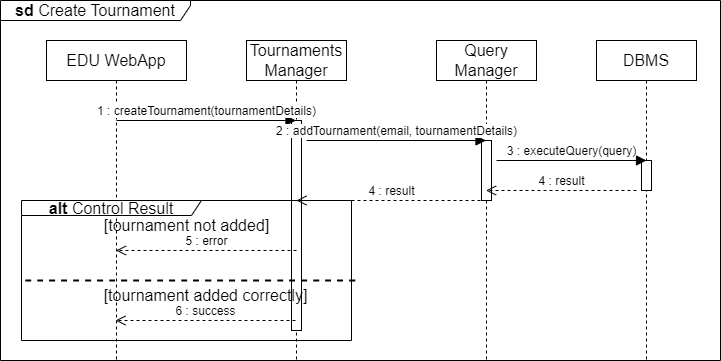
pontig/sw-eng-2-PasiniPontiggiaStasi keeps this draw.io diagram as DD/images/runtimeviews/RuntimeView_CreateTournament.png. Above is the earlier version. Source tidied: cells renumbered, new cells last; positions are measured from the earlier drawing's top-left corner, leaving out a move shared by most shapes. Source of this version:
```xml
<mxGraphModel>
  <root>
    <mxCell id="0" />
    <mxCell id="1" parent="0" />
    <mxCell id="2" value="&lt;b&gt;sd &lt;/b&gt;Create Tournament" style="shape=umlFrame;whiteSpace=wrap;html=1;fontSize=16;width=190;height=20;" parent="1" vertex="1">
      <mxGeometry width="720" height="360" as="geometry" />
    </mxCell>
    <mxCell id="3" value="EDU WebApp" style="shape=umlLifeline;perimeter=lifelinePerimeter;whiteSpace=wrap;html=1;outlineConnect=0;portConstraint=eastwest;newEdgeStyle={&quot;curved&quot;:0,&quot;rounded&quot;:0};fontSize=16;" parent="1" vertex="1">
      <mxGeometry x="46" y="40" width="140" height="320" as="geometry" />
    </mxCell>
    <mxCell id="4" value="Tournaments Manager" style="shape=umlLifeline;perimeter=lifelinePerimeter;whiteSpace=wrap;html=1;outlineConnect=0;portConstraint=eastwest;newEdgeStyle={&quot;curved&quot;:0,&quot;rounded&quot;:0};fontSize=16;" parent="1" vertex="1">
      <mxGeometry x="246" y="40" width="100" height="320" as="geometry" />
    </mxCell>
    <mxCell id="5" style="html=1;points=[[0,0,0,0,5],[0,1,0,0,-5],[1,0,0,0,5],[1,1,0,0,-5]];perimeter=orthogonalPerimeter;outlineConnect=0;targetShapes=umlLifeline;portConstraint=eastwest;newEdgeStyle={&quot;curved&quot;:0,&quot;rounded&quot;:0};fontSize=16;" parent="4" vertex="1">
      <mxGeometry x="45" y="80" width="10" height="210" as="geometry" />
    </mxCell>
    <mxCell id="6" value="Query Manager" style="shape=umlLifeline;perimeter=lifelinePerimeter;whiteSpace=wrap;html=1;outlineConnect=0;portConstraint=eastwest;newEdgeStyle={&quot;curved&quot;:0,&quot;rounded&quot;:0};fontSize=16;" parent="1" vertex="1">
      <mxGeometry x="436" y="40" width="100" height="320" as="geometry" />
    </mxCell>
    <mxCell id="7" style="html=1;perimeter=orthogonalPerimeter;targetShapes=umlLifeline;newEdgeStyle={&quot;curved&quot;:0,&quot;rounded&quot;:0};fontSize=16;" parent="6" vertex="1">
      <mxGeometry x="45" y="100" width="10" height="60" as="geometry" />
    </mxCell>
    <mxCell id="8" value="DBMS" style="shape=umlLifeline;perimeter=lifelinePerimeter;whiteSpace=wrap;html=1;outlineConnect=0;portConstraint=eastwest;newEdgeStyle={&quot;curved&quot;:0,&quot;rounded&quot;:0};fontSize=16;" parent="1" vertex="1">
      <mxGeometry x="596" y="40" width="100" height="320" as="geometry" />
    </mxCell>
    <mxCell id="9" style="html=1;perimeter=orthogonalPerimeter;targetShapes=umlLifeline;newEdgeStyle={&quot;curved&quot;:0,&quot;rounded&quot;:0};fontSize=16;" parent="8" vertex="1">
      <mxGeometry x="45" y="120" width="10" height="30" as="geometry" />
    </mxCell>
    <mxCell id="10" value="1 : createTournament(tournamentDetails)" style="html=1;verticalAlign=bottom;endArrow=block;curved=0;rounded=0;fontSize=12;startSize=8;endSize=8;" parent="1" edge="1" target="4">
      <mxGeometry relative="1" as="geometry">
        <mxPoint x="116" y="120" as="sourcePoint" />
      </mxGeometry>
    </mxCell>
    <mxCell id="11" value="2 : addTournament(email, tournamentDetails)" style="html=1;verticalAlign=bottom;endArrow=block;curved=0;rounded=0;fontSize=12;startSize=8;endSize=8;" parent="1" edge="1" target="6">
      <mxGeometry relative="1" as="geometry">
        <mxPoint x="306" y="140" as="sourcePoint" />
      </mxGeometry>
    </mxCell>
    <mxCell id="12" value="3 : executeQuery(query)" style="html=1;verticalAlign=bottom;endArrow=block;curved=0;rounded=0;fontSize=12;startSize=8;endSize=8;" parent="1" edge="1">
      <mxGeometry relative="1" as="geometry">
        <mxPoint x="496" y="160" as="sourcePoint" />
        <mxPoint x="646" y="160" as="targetPoint" />
      </mxGeometry>
    </mxCell>
    <mxCell id="13" value="4 : result" style="html=1;verticalAlign=bottom;endArrow=open;dashed=1;endSize=8;curved=0;rounded=0;fontSize=12;" parent="1" edge="1">
      <mxGeometry relative="1" as="geometry">
        <mxPoint x="636" y="190" as="sourcePoint" />
        <mxPoint x="485.5" y="190" as="targetPoint" />
      </mxGeometry>
    </mxCell>
    <mxCell id="14" value="4 : result" style="html=1;verticalAlign=bottom;endArrow=open;dashed=1;endSize=8;curved=0;rounded=0;fontSize=12;" parent="1" edge="1">
      <mxGeometry relative="1" as="geometry">
        <mxPoint x="486" y="200" as="sourcePoint" />
        <mxPoint x="296" y="200" as="targetPoint" />
      </mxGeometry>
    </mxCell>
    <mxCell id="15" value="&lt;b&gt;alt &lt;/b&gt;Control Result" style="shape=umlFrame;whiteSpace=wrap;html=1;fontSize=16;width=180;height=15;" parent="1" vertex="1">
      <mxGeometry x="21" y="200" width="330" height="140" as="geometry" />
    </mxCell>
    <mxCell id="16" value="[tournament not added]" style="text;html=1;align=center;verticalAlign=middle;strokeColor=none;fillColor=none;fontSize=16;" parent="1" vertex="1">
      <mxGeometry x="91" y="210" width="190" height="30" as="geometry" />
    </mxCell>
    <mxCell id="17" value="5 : error" style="html=1;verticalAlign=bottom;endArrow=open;dashed=1;endSize=8;curved=0;rounded=0;fontSize=12;" parent="1" edge="1" target="3">
      <mxGeometry relative="1" as="geometry">
        <mxPoint x="296" y="250" as="sourcePoint" />
      </mxGeometry>
    </mxCell>
    <mxCell id="18" style="endArrow=none;dashed=1;html=1;rounded=0;fontSize=12;startSize=8;endSize=8;curved=1;strokeWidth=2;" parent="1" edge="1">
      <mxGeometry relative="1" as="geometry">
        <mxPoint x="24.8" y="280" as="sourcePoint" />
        <mxPoint x="356" y="280" as="targetPoint" />
      </mxGeometry>
    </mxCell>
    <mxCell id="19" value="[tournament added correctly]" style="text;html=1;align=center;verticalAlign=middle;strokeColor=none;fillColor=none;fontSize=16;" parent="1" vertex="1">
      <mxGeometry x="90" y="280" width="230" height="30" as="geometry" />
    </mxCell>
    <mxCell id="20" value="6 : success" style="html=1;verticalAlign=bottom;endArrow=open;dashed=1;endSize=8;curved=0;rounded=0;fontSize=12;" parent="1" edge="1">
      <mxGeometry relative="1" as="geometry">
        <mxPoint x="295" y="320" as="sourcePoint" />
        <mxPoint x="115" y="320" as="targetPoint" />
      </mxGeometry>
    </mxCell>
  </root>
</mxGraphModel>
```
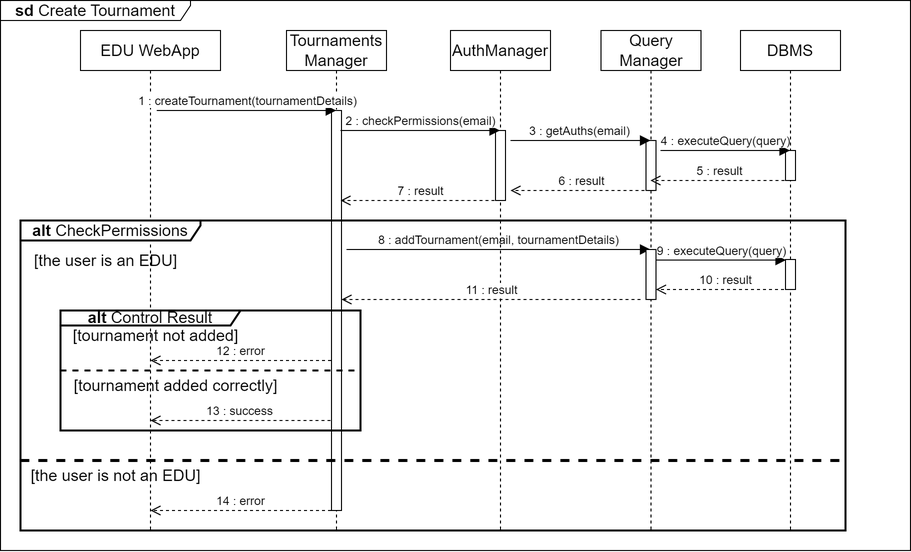
The same file after the commit.

Commit message:
fixed runtime views with right components

The edit, as a diff of the source:
```diff
@@ -3,82 +3,149 @@
     <mxCell id="0" />
     <mxCell id="1" parent="0" />
     <mxCell id="2" value="&lt;b&gt;sd &lt;/b&gt;Create Tournament" style="shape=umlFrame;whiteSpace=wrap;html=1;fontSize=16;width=190;height=20;" parent="1" vertex="1">
-      <mxGeometry width="720" height="360" as="geometry" />
+      <mxGeometry x="-10" y="-220" width="910" height="550" as="geometry" />
     </mxCell>
     <mxCell id="3" value="EDU WebApp" style="shape=umlLifeline;perimeter=lifelinePerimeter;whiteSpace=wrap;html=1;outlineConnect=0;portConstraint=eastwest;newEdgeStyle={&quot;curved&quot;:0,&quot;rounded&quot;:0};fontSize=16;" parent="1" vertex="1">
-      <mxGeometry x="46" y="40" width="140" height="320" as="geometry" />
+      <mxGeometry x="70" y="-190" width="140" height="500" as="geometry" />
     </mxCell>
     <mxCell id="4" value="Tournaments Manager" style="shape=umlLifeline;perimeter=lifelinePerimeter;whiteSpace=wrap;html=1;outlineConnect=0;portConstraint=eastwest;newEdgeStyle={&quot;curved&quot;:0,&quot;rounded&quot;:0};fontSize=16;" parent="1" vertex="1">
-      <mxGeometry x="246" y="40" width="100" height="320" as="geometry" />
+      <mxGeometry x="276" y="-190" width="100" height="500" as="geometry" />
     </mxCell>
     <mxCell id="5" style="html=1;points=[[0,0,0,0,5],[0,1,0,0,-5],[1,0,0,0,5],[1,1,0,0,-5]];perimeter=orthogonalPerimeter;outlineConnect=0;targetShapes=umlLifeline;portConstraint=eastwest;newEdgeStyle={&quot;curved&quot;:0,&quot;rounded&quot;:0};fontSize=16;" parent="4" vertex="1">
-      <mxGeometry x="45" y="80" width="10" height="210" as="geometry" />
+      <mxGeometry x="45" y="80" width="10" height="400" as="geometry" />
     </mxCell>
     <mxCell id="6" value="Query Manager" style="shape=umlLifeline;perimeter=lifelinePerimeter;whiteSpace=wrap;html=1;outlineConnect=0;portConstraint=eastwest;newEdgeStyle={&quot;curved&quot;:0,&quot;rounded&quot;:0};fontSize=16;" parent="1" vertex="1">
-      <mxGeometry x="436" y="40" width="100" height="320" as="geometry" />
+      <mxGeometry x="590.5" y="-190" width="100" height="500" as="geometry" />
     </mxCell>
     <mxCell id="7" style="html=1;perimeter=orthogonalPerimeter;targetShapes=umlLifeline;newEdgeStyle={&quot;curved&quot;:0,&quot;rounded&quot;:0};fontSize=16;" parent="6" vertex="1">
-      <mxGeometry x="45" y="100" width="10" height="60" as="geometry" />
+      <mxGeometry x="45" y="110" width="10" height="50" as="geometry" />
     </mxCell>
     <mxCell id="8" value="DBMS" style="shape=umlLifeline;perimeter=lifelinePerimeter;whiteSpace=wrap;html=1;outlineConnect=0;portConstraint=eastwest;newEdgeStyle={&quot;curved&quot;:0,&quot;rounded&quot;:0};fontSize=16;" parent="1" vertex="1">
-      <mxGeometry x="596" y="40" width="100" height="320" as="geometry" />
+      <mxGeometry x="730" y="-190" width="100" height="500" as="geometry" />
     </mxCell>
     <mxCell id="9" style="html=1;perimeter=orthogonalPerimeter;targetShapes=umlLifeline;newEdgeStyle={&quot;curved&quot;:0,&quot;rounded&quot;:0};fontSize=16;" parent="8" vertex="1">
       <mxGeometry x="45" y="120" width="10" height="30" as="geometry" />
     </mxCell>
-    <mxCell id="10" value="1 : createTournament(tournamentDetails)" style="html=1;verticalAlign=bottom;endArrow=block;curved=0;rounded=0;fontSize=12;startSize=8;endSize=8;" parent="1" edge="1" target="4">
-      <mxGeometry relative="1" as="geometry">
-        <mxPoint x="116" y="120" as="sourcePoint" />
+    <mxCell id="10" value="1 : createTournament(tournamentDetails)" style="html=1;verticalAlign=bottom;endArrow=block;curved=0;rounded=0;fontSize=12;startSize=8;endSize=8;" parent="1" edge="1">
+      <mxGeometry x="0.01" relative="1" as="geometry">
+        <mxPoint x="146.2" y="-110" as="sourcePoint" />
+        <mxPoint x="325.7" y="-110" as="targetPoint" />
       </mxGeometry>
     </mxCell>
-    <mxCell id="11" value="2 : addTournament(email, tournamentDetails)" style="html=1;verticalAlign=bottom;endArrow=block;curved=0;rounded=0;fontSize=12;startSize=8;endSize=8;" parent="1" edge="1" target="6">
+    <mxCell id="11" value="8 : addTournament(email, tournamentDetails)" style="html=1;verticalAlign=bottom;endArrow=block;curved=0;rounded=0;fontSize=12;startSize=8;endSize=8;" parent="1" edge="1" target="6">
       <mxGeometry relative="1" as="geometry">
-        <mxPoint x="306" y="140" as="sourcePoint" />
+        <mxPoint x="336" y="29" as="sourcePoint" />
       </mxGeometry>
     </mxCell>
-    <mxCell id="12" value="3 : executeQuery(query)" style="html=1;verticalAlign=bottom;endArrow=block;curved=0;rounded=0;fontSize=12;startSize=8;endSize=8;" parent="1" edge="1">
-      <mxGeometry relative="1" as="geometry">
-        <mxPoint x="496" y="160" as="sourcePoint" />
-        <mxPoint x="646" y="160" as="targetPoint" />
-      </mxGeometry>
-    </mxCell>
-    <mxCell id="13" value="4 : result" style="html=1;verticalAlign=bottom;endArrow=open;dashed=1;endSize=8;curved=0;rounded=0;fontSize=12;" parent="1" edge="1">
-      <mxGeometry relative="1" as="geometry">
-        <mxPoint x="636" y="190" as="sourcePoint" />
-        <mxPoint x="485.5" y="190" as="targetPoint" />
-      </mxGeometry>
-    </mxCell>
-    <mxCell id="14" value="4 : result" style="html=1;verticalAlign=bottom;endArrow=open;dashed=1;endSize=8;curved=0;rounded=0;fontSize=12;" parent="1" edge="1">
+    <mxCell id="14" value="7 : result" style="html=1;verticalAlign=bottom;endArrow=open;dashed=1;endSize=8;curved=0;rounded=0;fontSize=12;" parent="1" edge="1">
       <mxGeometry relative="1" as="geometry">
-        <mxPoint x="486" y="200" as="sourcePoint" />
-        <mxPoint x="296" y="200" as="targetPoint" />
+        <mxPoint x="490" y="-20" as="sourcePoint" />
+        <mxPoint x="330" y="-20" as="targetPoint" />
       </mxGeometry>
     </mxCell>
-    <mxCell id="15" value="&lt;b&gt;alt &lt;/b&gt;Control Result" style="shape=umlFrame;whiteSpace=wrap;html=1;fontSize=16;width=180;height=15;" parent="1" vertex="1">
-      <mxGeometry x="21" y="200" width="330" height="140" as="geometry" />
+    <mxCell id="15" value="&lt;b&gt;alt &lt;/b&gt;Control Result" style="shape=umlFrame;whiteSpace=wrap;html=1;fontSize=16;width=180;height=15;strokeWidth=2;perimeterSpacing=2;" parent="1" vertex="1">
+      <mxGeometry x="50" y="90" width="300" height="120" as="geometry" />
     </mxCell>
     <mxCell id="16" value="[tournament not added]" style="text;html=1;align=center;verticalAlign=middle;strokeColor=none;fillColor=none;fontSize=16;" parent="1" vertex="1">
-      <mxGeometry x="91" y="210" width="190" height="30" as="geometry" />
+      <mxGeometry x="50" y="100" width="190" height="30" as="geometry" />
     </mxCell>
-    <mxCell id="17" value="5 : error" style="html=1;verticalAlign=bottom;endArrow=open;dashed=1;endSize=8;curved=0;rounded=0;fontSize=12;" parent="1" edge="1" target="3">
+    <mxCell id="17" value="12 : error" style="html=1;verticalAlign=bottom;endArrow=open;dashed=1;endSize=8;curved=0;rounded=0;fontSize=12;" parent="1" edge="1">
       <mxGeometry relative="1" as="geometry">
-        <mxPoint x="296" y="250" as="sourcePoint" />
+        <mxPoint x="320.5" y="140" as="sourcePoint" />
+        <mxPoint x="140" y="140" as="targetPoint" />
       </mxGeometry>
     </mxCell>
     <mxCell id="18" style="endArrow=none;dashed=1;html=1;rounded=0;fontSize=12;startSize=8;endSize=8;curved=1;strokeWidth=2;" parent="1" edge="1">
       <mxGeometry relative="1" as="geometry">
-        <mxPoint x="24.8" y="280" as="sourcePoint" />
-        <mxPoint x="356" y="280" as="targetPoint" />
+        <mxPoint x="50" y="150" as="sourcePoint" />
+        <mxPoint x="350" y="150" as="targetPoint" />
       </mxGeometry>
     </mxCell>
     <mxCell id="19" value="[tournament added correctly]" style="text;html=1;align=center;verticalAlign=middle;strokeColor=none;fillColor=none;fontSize=16;" parent="1" vertex="1">
-      <mxGeometry x="90" y="280" width="230" height="30" as="geometry" />
+      <mxGeometry x="50" y="150" width="230" height="30" as="geometry" />
     </mxCell>
-    <mxCell id="20" value="6 : success" style="html=1;verticalAlign=bottom;endArrow=open;dashed=1;endSize=8;curved=0;rounded=0;fontSize=12;" parent="1" edge="1">
+    <mxCell id="20" value="13 : success" style="html=1;verticalAlign=bottom;endArrow=open;dashed=1;endSize=8;curved=0;rounded=0;fontSize=12;" parent="1" edge="1">
       <mxGeometry relative="1" as="geometry">
-        <mxPoint x="295" y="320" as="sourcePoint" />
-        <mxPoint x="115" y="320" as="targetPoint" />
+        <mxPoint x="320" y="200" as="sourcePoint" />
+        <mxPoint x="140" y="200" as="targetPoint" />
       </mxGeometry>
     </mxCell>
+    <mxCell id="21" value="AuthManager" style="shape=umlLifeline;perimeter=lifelinePerimeter;whiteSpace=wrap;html=1;outlineConnect=0;portConstraint=eastwest;newEdgeStyle={&quot;curved&quot;:0,&quot;rounded&quot;:0};fontSize=16;" parent="1" vertex="1">
+      <mxGeometry x="440" y="-190" width="100" height="500" as="geometry" />
+    </mxCell>
+    <mxCell id="22" style="html=1;perimeter=orthogonalPerimeter;targetShapes=umlLifeline;newEdgeStyle={&quot;curved&quot;:0,&quot;rounded&quot;:0};fontSize=16;" parent="21" vertex="1">
+      <mxGeometry x="45" y="100" width="10" height="70" as="geometry" />
+    </mxCell>
+    <mxCell id="23" value="2 : checkPermissions(email)" style="html=1;verticalAlign=bottom;endArrow=block;curved=0;rounded=0;fontSize=12;startSize=8;endSize=8;" parent="1" edge="1" target="21">
+      <mxGeometry relative="1" as="geometry">
+        <mxPoint x="330" y="-90" as="sourcePoint" />
+      </mxGeometry>
+    </mxCell>
+    <mxCell id="24" value="&lt;b&gt;alt &lt;/b&gt;CheckPermissions" style="shape=umlFrame;whiteSpace=wrap;html=1;fontSize=16;width=180;height=20;strokeWidth=2;" parent="1" vertex="1">
+      <mxGeometry x="10" width="825" height="310" as="geometry" />
+    </mxCell>
+    <mxCell id="25" value="3 : getAuths(email)" style="html=1;verticalAlign=bottom;endArrow=block;curved=0;rounded=0;fontSize=12;startSize=8;endSize=8;" parent="1" edge="1">
+      <mxGeometry relative="1" as="geometry">
+        <mxPoint x="500" y="-80" as="sourcePoint" />
+        <mxPoint x="640" y="-80" as="targetPoint" />
+      </mxGeometry>
+    </mxCell>
+    <mxCell id="26" value="4 : executeQuery(query)" style="html=1;verticalAlign=bottom;endArrow=block;curved=0;rounded=0;fontSize=12;startSize=8;endSize=8;" parent="1" edge="1" target="8">
+      <mxGeometry relative="1" as="geometry">
+        <mxPoint x="650" y="-70" as="sourcePoint" />
+      </mxGeometry>
+    </mxCell>
+    <mxCell id="27" value="5 : result" style="html=1;verticalAlign=bottom;endArrow=open;dashed=1;endSize=8;curved=0;rounded=0;fontSize=12;" parent="1" edge="1" target="6">
+      <mxGeometry relative="1" as="geometry">
+        <mxPoint x="780" y="-40" as="sourcePoint" />
+      </mxGeometry>
+    </mxCell>
+    <mxCell id="28" value="6 : result" style="html=1;verticalAlign=bottom;endArrow=open;dashed=1;endSize=8;curved=0;rounded=0;fontSize=12;" parent="1" edge="1">
+      <mxGeometry relative="1" as="geometry">
+        <mxPoint x="640" y="-30" as="sourcePoint" />
+        <mxPoint x="500" y="-30" as="targetPoint" />
+      </mxGeometry>
+    </mxCell>
+    <mxCell id="29" value="[the user is an EDU]" style="text;html=1;align=center;verticalAlign=middle;strokeColor=none;fillColor=none;fontSize=16;" parent="1" vertex="1">
+      <mxGeometry x="10" y="25" width="170" height="30" as="geometry" />
+    </mxCell>
+    <mxCell id="30" style="html=1;perimeter=orthogonalPerimeter;targetShapes=umlLifeline;newEdgeStyle={&quot;curved&quot;:0,&quot;rounded&quot;:0};fontSize=16;" parent="1" vertex="1">
+      <mxGeometry x="635.5" y="29" width="10" height="50" as="geometry" />
+    </mxCell>
+    <mxCell id="31" value="9 : executeQuery(query)" style="html=1;verticalAlign=bottom;endArrow=block;curved=0;rounded=0;fontSize=12;startSize=8;endSize=8;" parent="1" edge="1">
+      <mxGeometry relative="1" as="geometry">
+        <mxPoint x="645.5" y="39.6" as="sourcePoint" />
+        <mxPoint x="775.5" y="39.6" as="targetPoint" />
+      </mxGeometry>
+    </mxCell>
+    <mxCell id="32" style="html=1;perimeter=orthogonalPerimeter;targetShapes=umlLifeline;newEdgeStyle={&quot;curved&quot;:0,&quot;rounded&quot;:0};fontSize=16;" parent="1" vertex="1">
+      <mxGeometry x="775" y="39" width="10" height="30" as="geometry" />
+    </mxCell>
+    <mxCell id="33" value="10 : result" style="html=1;verticalAlign=bottom;endArrow=open;dashed=1;endSize=8;curved=0;rounded=0;fontSize=12;" parent="1" edge="1">
+      <mxGeometry relative="1" as="geometry">
+        <mxPoint x="785.5" y="69" as="sourcePoint" />
+        <mxPoint x="645.5" y="69" as="targetPoint" />
+      </mxGeometry>
+    </mxCell>
+    <mxCell id="34" value="11 : result" style="html=1;verticalAlign=bottom;endArrow=open;dashed=1;endSize=8;curved=0;rounded=0;fontSize=12;" parent="1" edge="1" target="5">
+      <mxGeometry relative="1" as="geometry">
+        <mxPoint x="630" y="79" as="sourcePoint" />
+      </mxGeometry>
+    </mxCell>
+    <mxCell id="35" style="endArrow=none;dashed=1;html=1;rounded=0;fontSize=12;startSize=8;endSize=8;curved=1;strokeWidth=3;" parent="1" edge="1">
+      <mxGeometry relative="1" as="geometry">
+        <mxPoint x="10" y="240" as="sourcePoint" />
+        <mxPoint x="837" y="240" as="targetPoint" />
+      </mxGeometry>
+    </mxCell>
+    <mxCell id="36" value="[the user is not an EDU]" style="text;html=1;align=center;verticalAlign=middle;strokeColor=none;fillColor=none;fontSize=16;" parent="1" vertex="1">
+      <mxGeometry x="10" y="240" width="190" height="30" as="geometry" />
+    </mxCell>
+    <mxCell id="37" value="14 : error" style="html=1;verticalAlign=bottom;endArrow=open;dashed=1;endSize=8;curved=0;rounded=0;fontSize=12;" parent="1" edge="1">
+      <mxGeometry relative="1" as="geometry">
+        <mxPoint x="320.5" y="290" as="sourcePoint" />
+        <mxPoint x="140" y="290" as="targetPoint" />
+      </mxGeometry>
+    </mxCell>
   </root>
 </mxGraphModel>
```
